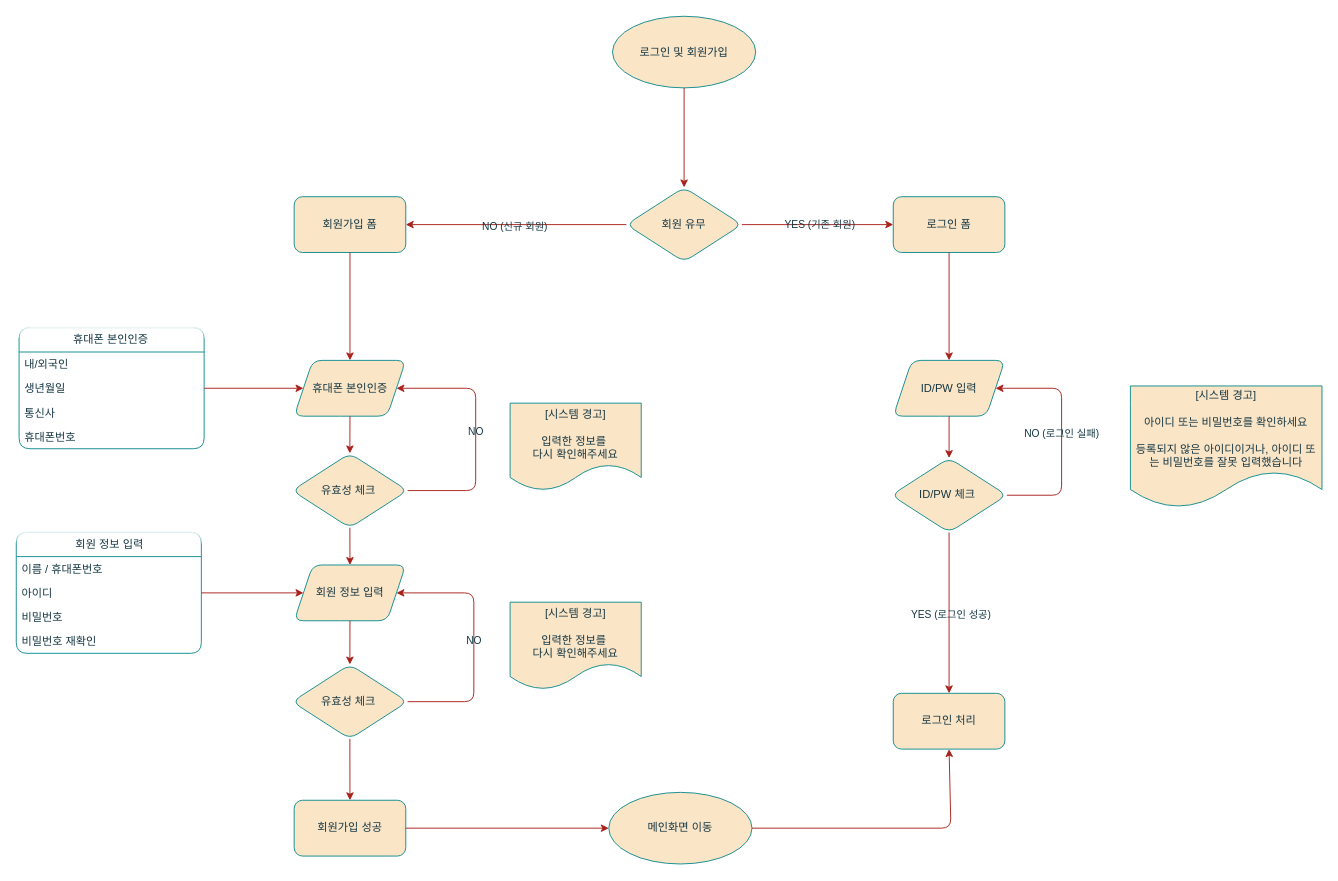
Above: flowchart.drawio in four-idiots-team/student-cafteria-ticket-vending (draw.io), before the change. Source tidied: cells renumbered, new cells numbered last; positions are measured from the earlier drawing's top-left corner, leaving out a move shared by most shapes. Both pictures are drawn from the tidied source at 93%, with x=0, y=0 at pixel (16, 16).
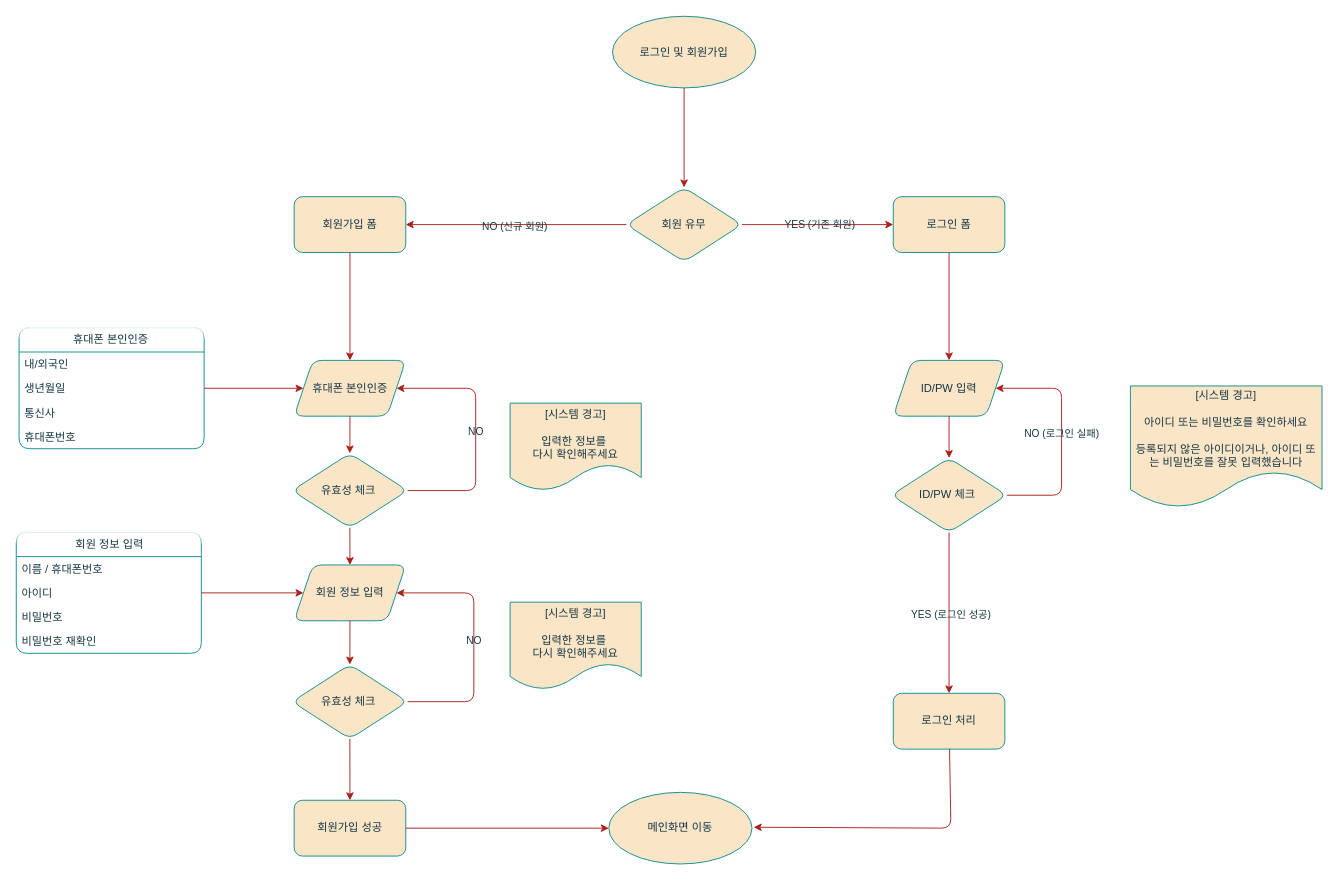
After the change.

Unchanged cells that the change refers to:
```xml
<mxCell id="16" value="로그인 처리" style="rounded=1;whiteSpace=wrap;html=1;labelBackgroundColor=none;fillColor=#FAE5C7;strokeColor=#0F8B8D;fontColor=#143642;" parent="1" vertex="1">
  <mxGeometry x="943" y="728" width="120" height="60" as="geometry" />
</mxCell>
<mxCell id="19" value="메인화면 이동" style="ellipse;whiteSpace=wrap;html=1;rounded=1;labelBackgroundColor=none;fillColor=#FAE5C7;strokeColor=#0F8B8D;fontColor=#143642;" parent="1" vertex="1">
  <mxGeometry x="637.1" y="834.5" width="154" height="77" as="geometry" />
</mxCell>
```

What changed in the source:
```diff
@@
-    <mxCell id="51" style="endArrow=classic;rounded=1;exitX=1;exitY=0.5;exitDx=0;exitDy=0;entryX=0.5;entryY=1;entryDx=0;entryDy=0;flowAnimation=0;align=center;html=1;labelBackgroundColor=none;strokeColor=#A8201A;fontColor=default;" parent="1" edge="1" source="19" target="16">
+    <mxCell id="51" style="endArrow=classic;rounded=1;entryX=1.012;entryY=0.487;entryDx=0;entryDy=0;flowAnimation=0;align=center;html=1;labelBackgroundColor=none;strokeColor=#A8201A;fontColor=default;entryPerimeter=0;" parent="1" edge="1" source="16" target="19">
       <mxGeometry relative="1" as="geometry">
         <Array as="points">
           <mxPoint x="1005" y="873" />
         </Array>
       </mxGeometry>
     </mxCell>
```
